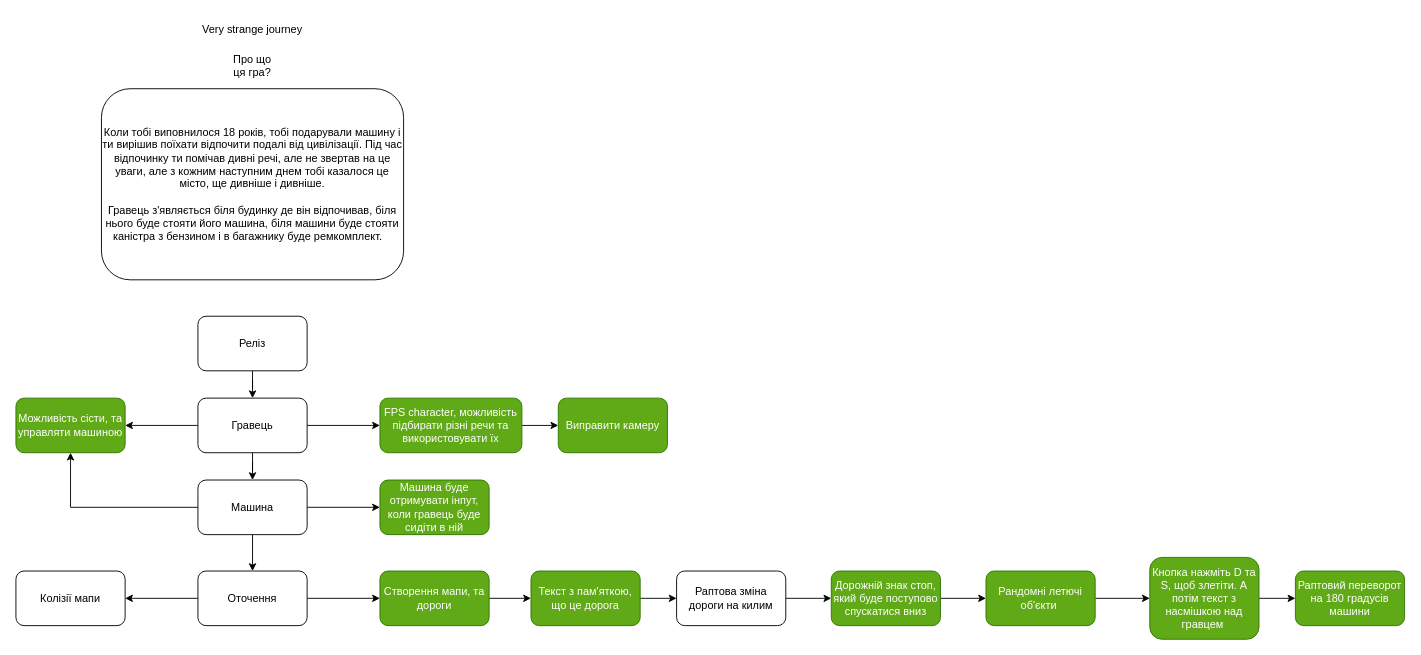
Earlier version of the draw.io diagram Roadmap.drawio (Gamedevenri/Very-strange-journey). Source tidied: cells renumbered, new cells numbered last; positions are measured from the earlier drawing's top-left corner, leaving out a move shared by most shapes. Both pictures are drawn from the tidied source at 91%, with x=0, y=0 at pixel (15, 15).
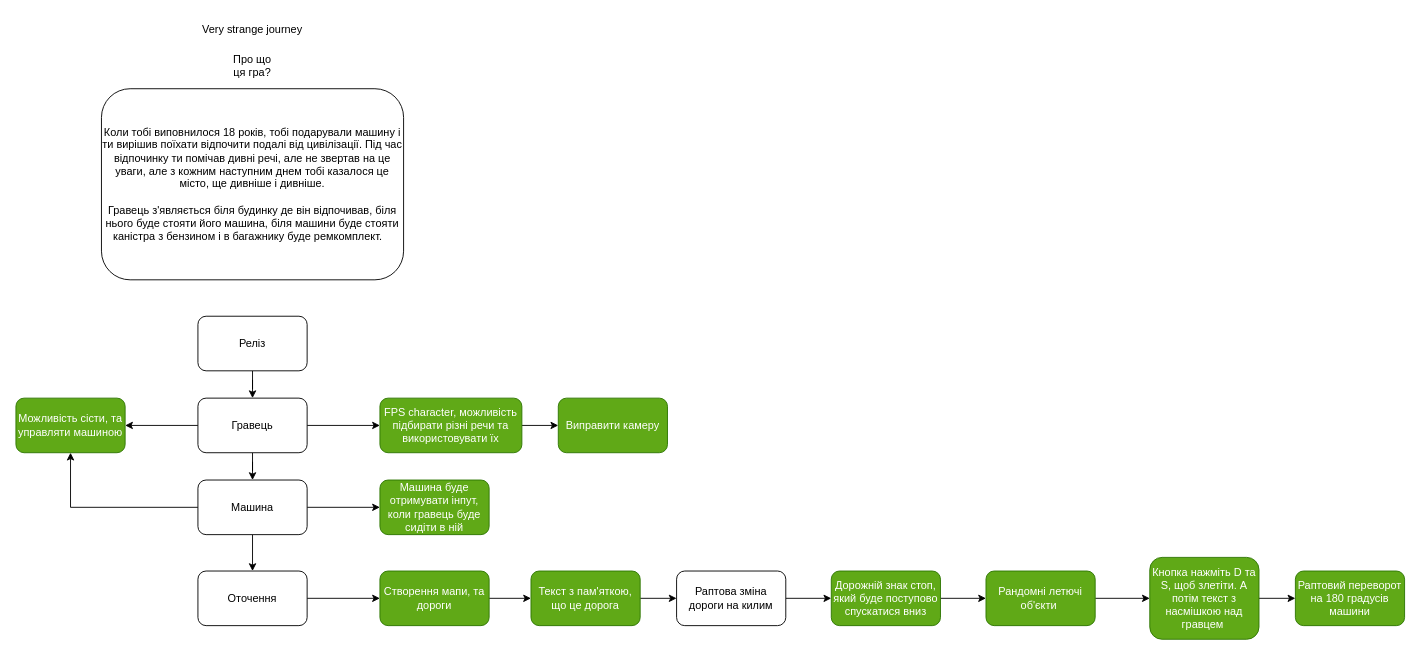
After the change.

Unchanged cells that the change refers to:
```xml
<mxCell id="21" value="Оточення" style="whiteSpace=wrap;html=1;rounded=1;" parent="1" vertex="1">
  <mxGeometry x="200" y="610" width="120" height="60" as="geometry" />
</mxCell>
```

What changed in the source:
```diff
@@
-    <mxCell id="20" style="edgeStyle=orthogonalEdgeStyle;rounded=0;jettySize=auto;html=1;" parent="1" edge="1" source="21" target="35">
-      <mxGeometry relative="1" as="geometry" />
-    </mxCell>
@@
-    <mxCell id="35" value="Колізії мапи" style="whiteSpace=wrap;html=1;rounded=1;" parent="1" vertex="1">
-      <mxGeometry y="610" width="120" height="60" as="geometry" />
-    </mxCell>
```
